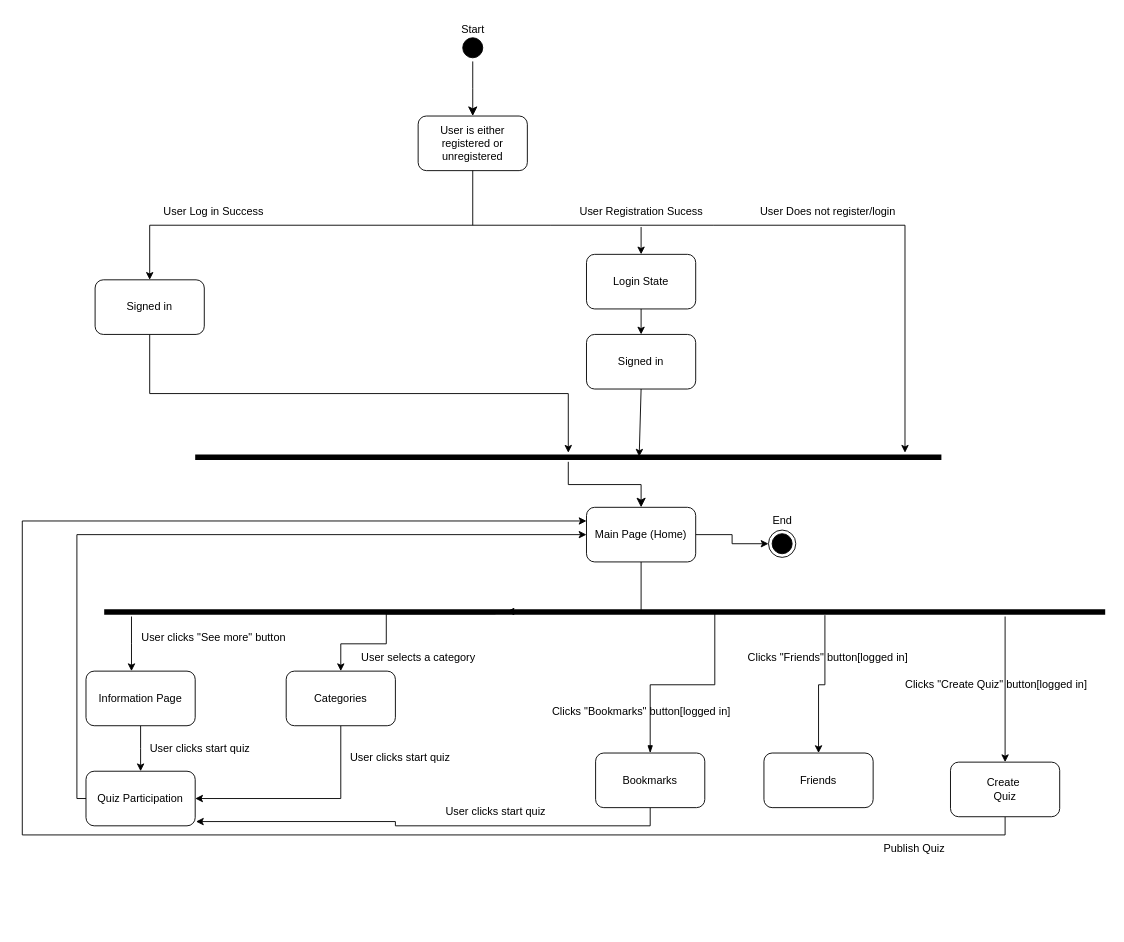
This is views/State Diagram.drawio from AksharNana/QuizPlatform-Docs, a draw.io file, before an edit. Source tidied: cells renumbered, new cells numbered last; positions are measured from the earlier drawing's top-left corner, leaving out a move shared by most shapes. Both pictures are drawn from the tidied source at 91%, with x=0, y=0 at pixel (22, 15).
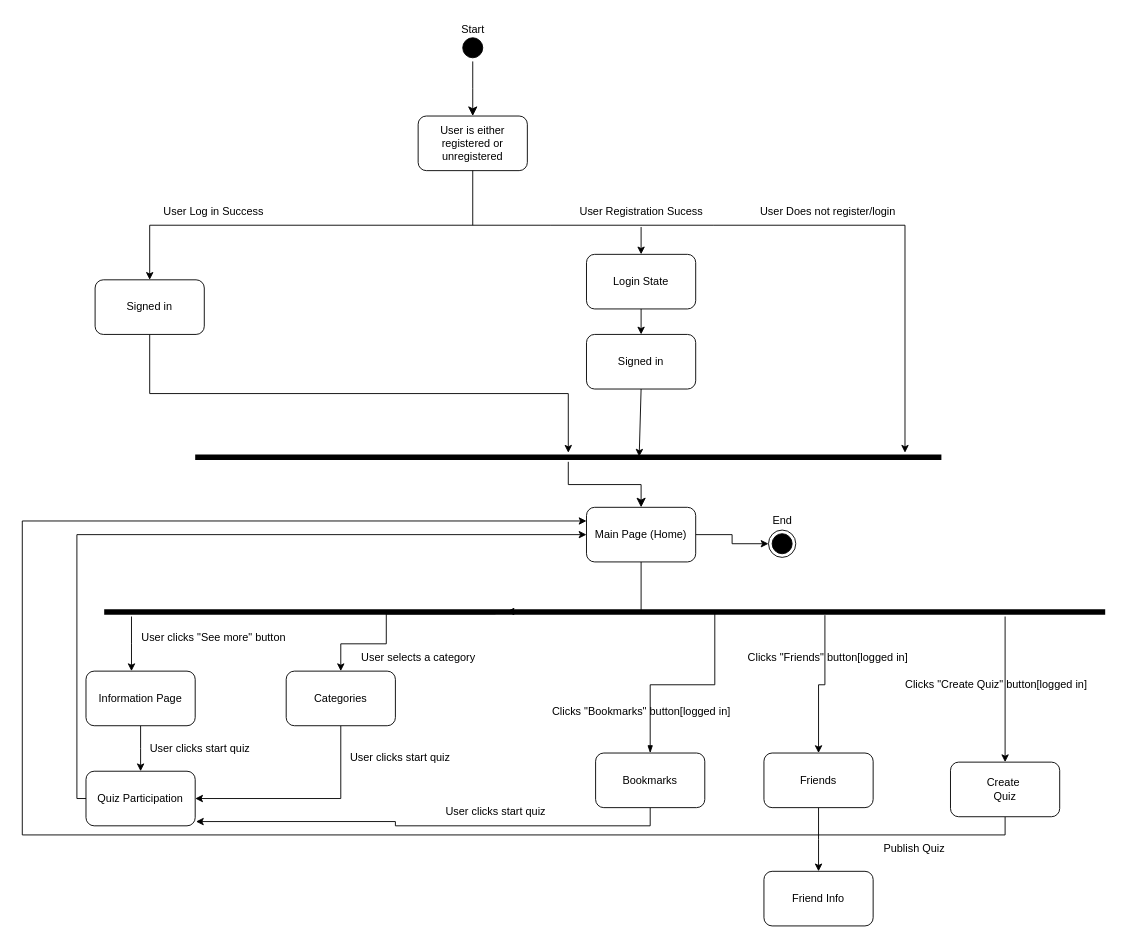
Above is the later version.

Commit message:
Added friend info

Unchanged cells that the change refers to:
```xml
<mxCell id="46" value="Friends" style="rounded=1;whiteSpace=wrap;html=1;" parent="1" vertex="1">
  <mxGeometry x="815" y="810" width="120" height="60" as="geometry" />
</mxCell>
```

The edit, as a diff of the source:
```diff
@@
+    <mxCell id="53" style="edgeStyle=orthogonalEdgeStyle;rounded=0;jettySize=auto;html=1;" parent="1" edge="1" source="46">
+      <mxGeometry relative="1" as="geometry">
+        <mxPoint x="875" y="940" as="targetPoint" />
+      </mxGeometry>
+    </mxCell>
@@
+    <mxCell id="54" value="Friend Info" style="rounded=1;whiteSpace=wrap;html=1;" parent="1" vertex="1">
+      <mxGeometry x="815" y="940" width="120" height="60" as="geometry" />
+    </mxCell>
```
